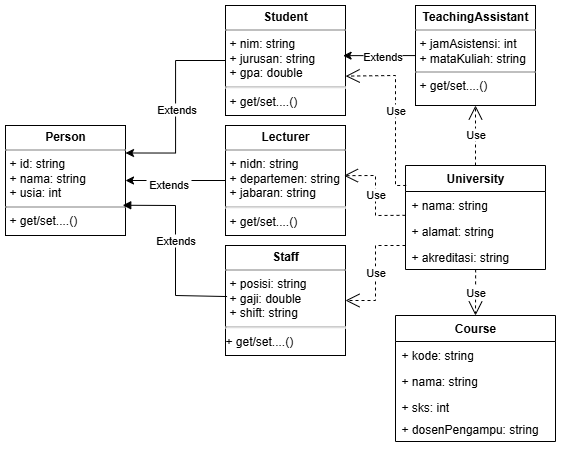
Above: Diagram Universitas TP3.png in Iqbaalz28/TP3DPBO2425C1 (draw.io), before the change. Source tidied: cells renumbered, new cells last; positions are measured from the earlier drawing's top-left corner, leaving out a move shared by most shapes. Source of this version:
```xml
<mxGraphModel>
  <root>
    <mxCell id="0" />
    <mxCell id="1" parent="0" />
    <mxCell id="2" value="&lt;p style=&quot;margin:0px;margin-top:4px;text-align:center;&quot;&gt;&lt;b&gt;Person&lt;/b&gt;&lt;/p&gt;&lt;hr size=&quot;1&quot; style=&quot;border-style:solid;&quot;&gt;&lt;p style=&quot;margin:0px;margin-left:4px;&quot;&gt;+ id: string&lt;/p&gt;&lt;p style=&quot;margin:0px;margin-left:4px;&quot;&gt;+ nama: string&lt;/p&gt;&lt;p style=&quot;margin:0px;margin-left:4px;&quot;&gt;+ usia: int&lt;/p&gt;&lt;hr size=&quot;1&quot; style=&quot;border-style:solid;&quot;&gt;&lt;p style=&quot;margin:0px;margin-left:4px;&quot;&gt;+ get/set....()&lt;/p&gt;" style="verticalAlign=top;align=left;overflow=fill;html=1;whiteSpace=wrap;" parent="1" vertex="1">
      <mxGeometry y="120" width="120" height="110" as="geometry" />
    </mxCell>
    <mxCell id="3" style="edgeStyle=orthogonalEdgeStyle;rounded=0;jettySize=auto;html=1;entryX=1;entryY=0.25;entryDx=0;entryDy=0;" parent="1" edge="1" source="5" target="2">
      <mxGeometry relative="1" as="geometry" />
    </mxCell>
    <mxCell id="4" value="Extends" style="edgeLabel;html=1;align=center;verticalAlign=middle;" parent="3" vertex="1">
      <mxGeometry x="0.03" relative="1" as="geometry" />
    </mxCell>
    <mxCell id="5" value="&lt;p style=&quot;margin:0px;margin-top:4px;text-align:center;&quot;&gt;&lt;b&gt;Student&lt;/b&gt;&lt;/p&gt;&lt;hr size=&quot;1&quot; style=&quot;border-style:solid;&quot;&gt;&lt;p style=&quot;margin:0px;margin-left:4px;&quot;&gt;+ nim: string&lt;/p&gt;&lt;p style=&quot;margin:0px;margin-left:4px;&quot;&gt;+ jurusan: string&lt;/p&gt;&lt;p style=&quot;margin:0px;margin-left:4px;&quot;&gt;+ gpa: double&lt;/p&gt;&lt;hr&gt;&lt;p style=&quot;margin:0px;margin-left:4px;&quot;&gt;+ get/set....()&lt;/p&gt;" style="verticalAlign=top;align=left;overflow=fill;html=1;whiteSpace=wrap;" parent="1" vertex="1">
      <mxGeometry x="220" width="120" height="110" as="geometry" />
    </mxCell>
    <mxCell id="6" style="edgeStyle=orthogonalEdgeStyle;rounded=0;jettySize=auto;html=1;" parent="1" edge="1" source="8" target="2">
      <mxGeometry relative="1" as="geometry" />
    </mxCell>
    <mxCell id="7" value="&amp;nbsp;Extends&amp;nbsp;" style="edgeLabel;html=1;align=center;verticalAlign=middle;" parent="6" vertex="1">
      <mxGeometry x="0.14" y="3" relative="1" as="geometry" />
    </mxCell>
    <mxCell id="8" value="&lt;p style=&quot;margin:0px;margin-top:4px;text-align:center;&quot;&gt;&lt;b&gt;Lecturer&lt;/b&gt;&lt;/p&gt;&lt;hr size=&quot;1&quot; style=&quot;border-style:solid;&quot;&gt;&lt;p style=&quot;margin:0px;margin-left:4px;&quot;&gt;+ nidn: string&lt;/p&gt;&lt;p style=&quot;margin:0px;margin-left:4px;&quot;&gt;+ departemen: string&lt;/p&gt;&lt;p style=&quot;margin:0px;margin-left:4px;&quot;&gt;+ jabaran: string&lt;/p&gt;&lt;hr&gt;&lt;p style=&quot;margin:0px;margin-left:4px;&quot;&gt;+ get/set....()&lt;/p&gt;" style="verticalAlign=top;align=left;overflow=fill;html=1;whiteSpace=wrap;" parent="1" vertex="1">
      <mxGeometry x="220" y="120" width="120" height="110" as="geometry" />
    </mxCell>
    <mxCell id="9" value="&lt;p style=&quot;margin:0px;margin-top:4px;text-align:center;&quot;&gt;&lt;b&gt;Staff&lt;/b&gt;&lt;/p&gt;&lt;hr size=&quot;1&quot; style=&quot;border-style:solid;&quot;&gt;&lt;p style=&quot;margin:0px;margin-left:4px;&quot;&gt;+ posisi: string&lt;/p&gt;&lt;p style=&quot;margin:0px;margin-left:4px;&quot;&gt;+ gaji: double&lt;/p&gt;&lt;p style=&quot;margin:0px;margin-left:4px;&quot;&gt;+ shift: string&lt;/p&gt;&lt;hr&gt;+ get/set....()&lt;br&gt;&lt;p style=&quot;margin:0px;margin-left:4px;&quot;&gt;&lt;br&gt;&lt;/p&gt;" style="verticalAlign=top;align=left;overflow=fill;html=1;whiteSpace=wrap;" parent="1" vertex="1">
      <mxGeometry x="220" y="240" width="120" height="110" as="geometry" />
    </mxCell>
    <mxCell id="10" value="Extends" style="html=1;verticalAlign=bottom;endArrow=block;curved=0;rounded=0;entryX=0.977;entryY=0.725;entryDx=0;entryDy=0;entryPerimeter=0;exitX=0.013;exitY=0.464;exitDx=0;exitDy=0;exitPerimeter=0;" parent="1" edge="1" source="9" target="2">
      <mxGeometry relative="1" as="geometry">
        <Array as="points">
          <mxPoint x="170" y="290" />
          <mxPoint x="170" y="200" />
        </Array>
      </mxGeometry>
    </mxCell>
    <mxCell id="11" style="edgeStyle=orthogonalEdgeStyle;rounded=0;jettySize=auto;html=1;entryX=0.98;entryY=0.456;entryDx=0;entryDy=0;entryPerimeter=0;" parent="1" edge="1" source="13" target="5">
      <mxGeometry relative="1" as="geometry" />
    </mxCell>
    <mxCell id="12" value="Extends" style="edgeLabel;html=1;align=center;verticalAlign=middle;" parent="11" vertex="1">
      <mxGeometry x="-0.08" relative="1" as="geometry" />
    </mxCell>
    <mxCell id="13" value="&lt;p style=&quot;margin:0px;margin-top:4px;text-align:center;&quot;&gt;&lt;b&gt;TeachingAssistant&lt;/b&gt;&lt;/p&gt;&lt;hr size=&quot;1&quot; style=&quot;border-style:solid;&quot;&gt;&lt;p style=&quot;margin: 0px 0px 0px 4px;&quot;&gt;+ jamAsistensi: int&lt;/p&gt;&lt;p style=&quot;margin: 0px 0px 0px 4px;&quot;&gt;+ mataKuliah: string&lt;/p&gt;&lt;hr size=&quot;1&quot; style=&quot;border-style:solid;&quot;&gt;&lt;p style=&quot;margin:0px;margin-left:4px;&quot;&gt;+ get/set....()&lt;/p&gt;" style="verticalAlign=top;align=left;overflow=fill;html=1;whiteSpace=wrap;" parent="1" vertex="1">
      <mxGeometry x="410" width="120" height="100" as="geometry" />
    </mxCell>
    <mxCell id="14" value="&lt;b&gt;University&lt;/b&gt;" style="swimlane;fontStyle=0;horizontal=1;startSize=26;fillColor=none;whiteSpace=wrap;html=1;" parent="1" vertex="1">
      <mxGeometry x="400" y="160" width="140" height="104" as="geometry" />
    </mxCell>
    <mxCell id="15" value="+ nama: string" style="text;strokeColor=none;fillColor=none;align=left;verticalAlign=top;spacingLeft=4;spacingRight=4;overflow=hidden;points=[[0,0.5],[1,0.5]];portConstraint=eastwest;whiteSpace=wrap;html=1;" parent="14" vertex="1">
      <mxGeometry y="26" width="140" height="26" as="geometry" />
    </mxCell>
    <mxCell id="16" value="+ alamat: string" style="text;strokeColor=none;fillColor=none;align=left;verticalAlign=top;spacingLeft=4;spacingRight=4;overflow=hidden;whiteSpace=wrap;html=1;" parent="14" vertex="1">
      <mxGeometry y="52" width="140" height="26" as="geometry" />
    </mxCell>
    <mxCell id="17" value="+ akreditasi: string" style="text;strokeColor=none;fillColor=none;align=left;verticalAlign=top;spacingLeft=4;spacingRight=4;overflow=hidden;points=[[0,0.5],[1,0.5]];portConstraint=eastwest;whiteSpace=wrap;html=1;" parent="14" vertex="1">
      <mxGeometry y="78" width="140" height="26" as="geometry" />
    </mxCell>
    <mxCell id="18" value="&lt;b&gt;Course&lt;/b&gt;" style="swimlane;fontStyle=0;horizontal=1;startSize=26;fillColor=none;whiteSpace=wrap;html=1;" parent="1" vertex="1">
      <mxGeometry x="390" y="310" width="160" height="126" as="geometry" />
    </mxCell>
    <mxCell id="19" value="+ kode: string" style="text;strokeColor=none;fillColor=none;align=left;verticalAlign=top;spacingLeft=4;spacingRight=4;overflow=hidden;whiteSpace=wrap;html=1;" parent="18" vertex="1">
      <mxGeometry y="26" width="160" height="26" as="geometry" />
    </mxCell>
    <mxCell id="20" value="+ nama: string" style="text;strokeColor=none;fillColor=none;align=left;verticalAlign=top;spacingLeft=4;spacingRight=4;overflow=hidden;whiteSpace=wrap;html=1;" parent="18" vertex="1">
      <mxGeometry y="52" width="160" height="26" as="geometry" />
    </mxCell>
    <mxCell id="21" value="+ sks: int" style="text;strokeColor=none;fillColor=none;align=left;verticalAlign=top;spacingLeft=4;spacingRight=4;overflow=hidden;whiteSpace=wrap;html=1;" parent="18" vertex="1">
      <mxGeometry y="78" width="160" height="22" as="geometry" />
    </mxCell>
    <mxCell id="22" value="+ dosenPengampu: string" style="text;strokeColor=none;fillColor=none;align=left;verticalAlign=top;spacingLeft=4;spacingRight=4;overflow=hidden;whiteSpace=wrap;html=1;" parent="18" vertex="1">
      <mxGeometry y="100" width="160" height="26" as="geometry" />
    </mxCell>
    <mxCell id="23" value="Use" style="endArrow=open;endSize=12;dashed=1;html=1;rounded=0;exitX=0.5;exitY=0;exitDx=0;exitDy=0;entryX=0.5;entryY=1;entryDx=0;entryDy=0;" parent="1" edge="1" source="14" target="13">
      <mxGeometry relative="1" as="geometry" />
    </mxCell>
    <mxCell id="24" value="Use" style="endArrow=open;endSize=12;dashed=1;html=1;rounded=0;exitX=0.005;exitY=0.192;exitDx=0;exitDy=0;entryX=1.001;entryY=0.642;entryDx=0;entryDy=0;entryPerimeter=0;exitPerimeter=0;" parent="1" edge="1" source="14" target="5">
      <mxGeometry relative="1" as="geometry">
        <Array as="points">
          <mxPoint x="390" y="180" />
          <mxPoint x="390" y="70" />
        </Array>
      </mxGeometry>
    </mxCell>
    <mxCell id="25" value="Use" style="endArrow=open;endSize=12;dashed=1;html=1;rounded=0;exitX=0;exitY=0.916;exitDx=0;exitDy=0;entryX=0.987;entryY=0.456;entryDx=0;entryDy=0;exitPerimeter=0;entryPerimeter=0;" parent="1" edge="1" source="15" target="8">
      <mxGeometry relative="1" as="geometry">
        <Array as="points">
          <mxPoint x="370" y="210" />
          <mxPoint x="370" y="170" />
        </Array>
      </mxGeometry>
    </mxCell>
    <mxCell id="26" value="Use" style="endArrow=open;endSize=12;dashed=1;html=1;rounded=0;entryX=1;entryY=0.5;entryDx=0;entryDy=0;" parent="1" edge="1" target="9">
      <mxGeometry relative="1" as="geometry">
        <mxPoint x="400" y="240" as="sourcePoint" />
        <Array as="points">
          <mxPoint x="370" y="240" />
          <mxPoint x="370" y="295" />
        </Array>
      </mxGeometry>
    </mxCell>
    <mxCell id="27" value="Use" style="endArrow=open;endSize=12;dashed=1;html=1;rounded=0;exitX=0.501;exitY=0.995;exitDx=0;exitDy=0;entryX=0.5;entryY=0;entryDx=0;entryDy=0;exitPerimeter=0;" parent="1" edge="1" source="17" target="18">
      <mxGeometry relative="1" as="geometry" />
    </mxCell>
  </root>
</mxGraphModel>
```
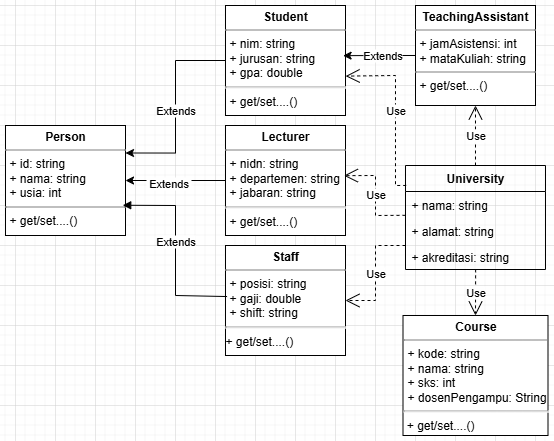
After the commit.

What changed in the source:
```diff
@@ -55,21 +55,6 @@
     <mxCell id="17" value="+ akreditasi: string" style="text;strokeColor=none;fillColor=none;align=left;verticalAlign=top;spacingLeft=4;spacingRight=4;overflow=hidden;points=[[0,0.5],[1,0.5]];portConstraint=eastwest;whiteSpace=wrap;html=1;" parent="14" vertex="1">
       <mxGeometry y="78" width="140" height="26" as="geometry" />
     </mxCell>
-    <mxCell id="18" value="&lt;b&gt;Course&lt;/b&gt;" style="swimlane;fontStyle=0;horizontal=1;startSize=26;fillColor=none;whiteSpace=wrap;html=1;" parent="1" vertex="1">
-      <mxGeometry x="390" y="310" width="160" height="126" as="geometry" />
-    </mxCell>
-    <mxCell id="19" value="+ kode: string" style="text;strokeColor=none;fillColor=none;align=left;verticalAlign=top;spacingLeft=4;spacingRight=4;overflow=hidden;whiteSpace=wrap;html=1;" parent="18" vertex="1">
-      <mxGeometry y="26" width="160" height="26" as="geometry" />
-    </mxCell>
-    <mxCell id="20" value="+ nama: string" style="text;strokeColor=none;fillColor=none;align=left;verticalAlign=top;spacingLeft=4;spacingRight=4;overflow=hidden;whiteSpace=wrap;html=1;" parent="18" vertex="1">
-      <mxGeometry y="52" width="160" height="26" as="geometry" />
-    </mxCell>
-    <mxCell id="21" value="+ sks: int" style="text;strokeColor=none;fillColor=none;align=left;verticalAlign=top;spacingLeft=4;spacingRight=4;overflow=hidden;whiteSpace=wrap;html=1;" parent="18" vertex="1">
-      <mxGeometry y="78" width="160" height="22" as="geometry" />
-    </mxCell>
-    <mxCell id="22" value="+ dosenPengampu: string" style="text;strokeColor=none;fillColor=none;align=left;verticalAlign=top;spacingLeft=4;spacingRight=4;overflow=hidden;whiteSpace=wrap;html=1;" parent="18" vertex="1">
-      <mxGeometry y="100" width="160" height="26" as="geometry" />
-    </mxCell>
     <mxCell id="23" value="Use" style="endArrow=open;endSize=12;dashed=1;html=1;rounded=0;exitX=0.5;exitY=0;exitDx=0;exitDy=0;entryX=0.5;entryY=1;entryDx=0;entryDy=0;" parent="1" edge="1" source="14" target="13">
       <mxGeometry relative="1" as="geometry" />
     </mxCell>
@@ -98,8 +83,13 @@
         </Array>
       </mxGeometry>
     </mxCell>
-    <mxCell id="27" value="Use" style="endArrow=open;endSize=12;dashed=1;html=1;rounded=0;exitX=0.501;exitY=0.995;exitDx=0;exitDy=0;entryX=0.5;entryY=0;entryDx=0;entryDy=0;exitPerimeter=0;" parent="1" edge="1" source="17" target="18">
-      <mxGeometry relative="1" as="geometry" />
+    <mxCell id="27" value="Use" style="endArrow=open;endSize=12;dashed=1;html=1;rounded=0;exitX=0.501;exitY=0.995;exitDx=0;exitDy=0;entryX=0.5;entryY=0;entryDx=0;entryDy=0;exitPerimeter=0;" parent="1" edge="1" source="17">
+      <mxGeometry relative="1" as="geometry">
+        <mxPoint x="470" y="310" as="targetPoint" />
+      </mxGeometry>
     </mxCell>
+    <mxCell id="28" value="&lt;p style=&quot;margin:0px;margin-top:4px;text-align:center;&quot;&gt;&lt;b&gt;Course&lt;/b&gt;&lt;/p&gt;&lt;hr size=&quot;1&quot; style=&quot;border-style:solid;&quot;&gt;&lt;p style=&quot;margin:0px;margin-left:4px;&quot;&gt;+ kode: string&lt;/p&gt;&lt;p style=&quot;margin:0px;margin-left:4px;&quot;&gt;+ nama: string&lt;/p&gt;&lt;p style=&quot;margin:0px;margin-left:4px;&quot;&gt;+ sks: int&lt;/p&gt;&lt;p style=&quot;margin:0px;margin-left:4px;&quot;&gt;+ dosenPengampu: String&lt;/p&gt;&lt;hr&gt;&amp;nbsp;+ get/set....()&lt;br&gt;&lt;p style=&quot;margin:0px;margin-left:4px;&quot;&gt;&lt;br&gt;&lt;/p&gt;" style="verticalAlign=top;align=left;overflow=fill;html=1;whiteSpace=wrap;" parent="1" vertex="1">
+      <mxGeometry x="397.5" y="310" width="145" height="120" as="geometry" />
+    </mxCell>
   </root>
 </mxGraphModel>
```
